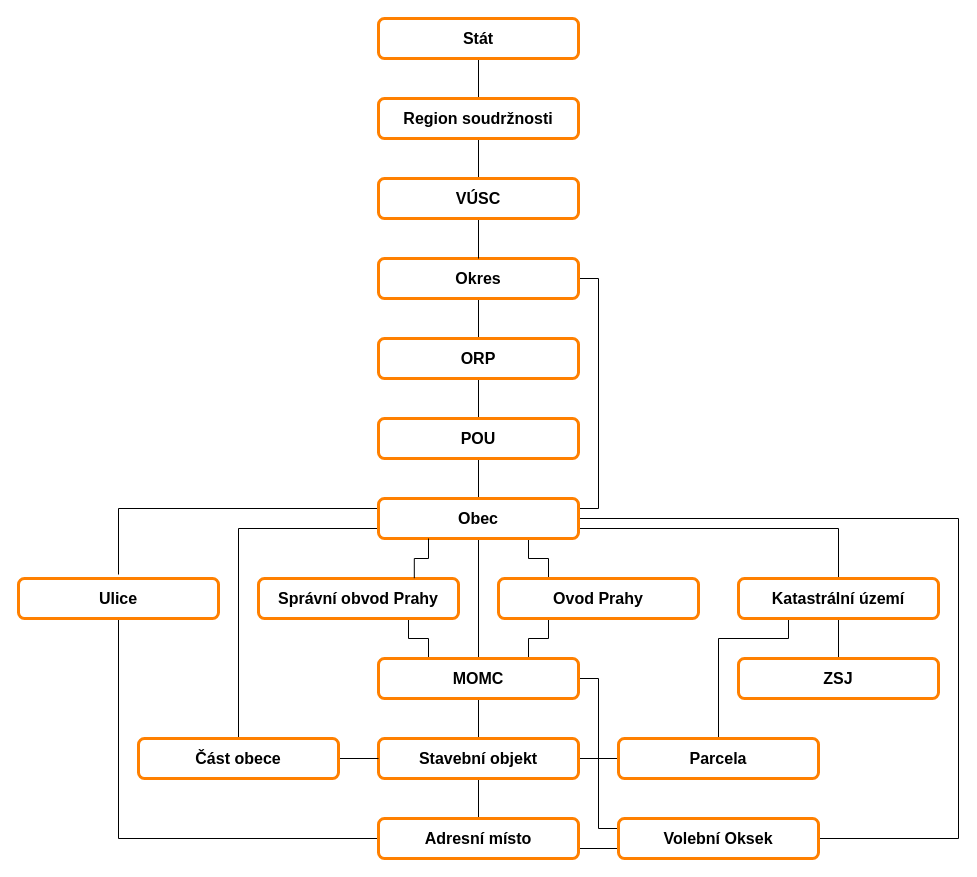
Before: doc/Assets/ruian_diagram.drawio in Ufo123CZ/Bachelor, a draw.io diagram. Source tidied: cells renumbered, new cells numbered last; positions are measured from the earlier drawing's top-left corner, leaving out a move shared by most shapes. Both pictures are drawn from the tidied source at 100%, with x=0, y=0 at pixel (18, 18).
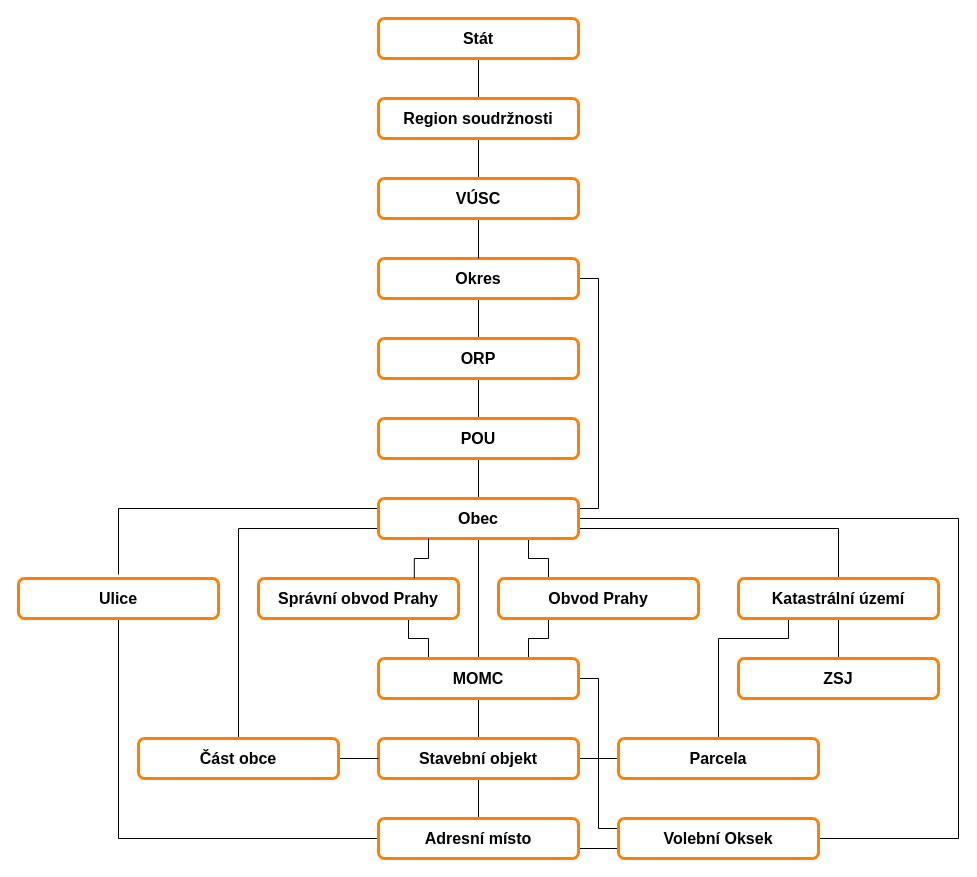
After the change.

What changed in the source:
```diff
@@
-    <mxCell id="25" value="&lt;span style=&quot;font-size: 16px;&quot;&gt;&lt;b&gt;Ovod Prahy&lt;/b&gt;&lt;/span&gt;" style="rounded=1;whiteSpace=wrap;html=1;gradientColor=none;strokeColor=#FF8000;strokeWidth=3;" parent="1" vertex="1">
+    <mxCell id="25" value="&lt;span style=&quot;font-size: 16px;&quot;&gt;&lt;b&gt;Ob&lt;/b&gt;&lt;/span&gt;&lt;b style=&quot;font-size: 16px; background-color: initial;&quot;&gt;vod Prahy&lt;/b&gt;" style="rounded=1;whiteSpace=wrap;html=1;gradientColor=none;strokeColor=#FF8000;strokeWidth=3;" parent="1" vertex="1">
       <mxGeometry x="480" y="560" width="200" height="40" as="geometry" />
     </mxCell>
@@
-    <mxCell id="40" value="&lt;span style=&quot;font-size: 16px;&quot;&gt;&lt;b&gt;Část obece&lt;/b&gt;&lt;/span&gt;" style="rounded=1;whiteSpace=wrap;html=1;gradientColor=none;strokeColor=#FF8000;strokeWidth=3;" parent="1" vertex="1">
+    <mxCell id="40" value="&lt;span style=&quot;font-size: 16px;&quot;&gt;&lt;b&gt;Část ob&lt;/b&gt;&lt;/span&gt;&lt;b style=&quot;font-size: 16px; background-color: initial;&quot;&gt;ce&lt;/b&gt;" style="rounded=1;whiteSpace=wrap;html=1;gradientColor=none;strokeColor=#FF8000;strokeWidth=3;" parent="1" vertex="1">
       <mxGeometry x="120" y="720" width="200" height="40" as="geometry" />
     </mxCell>
```
